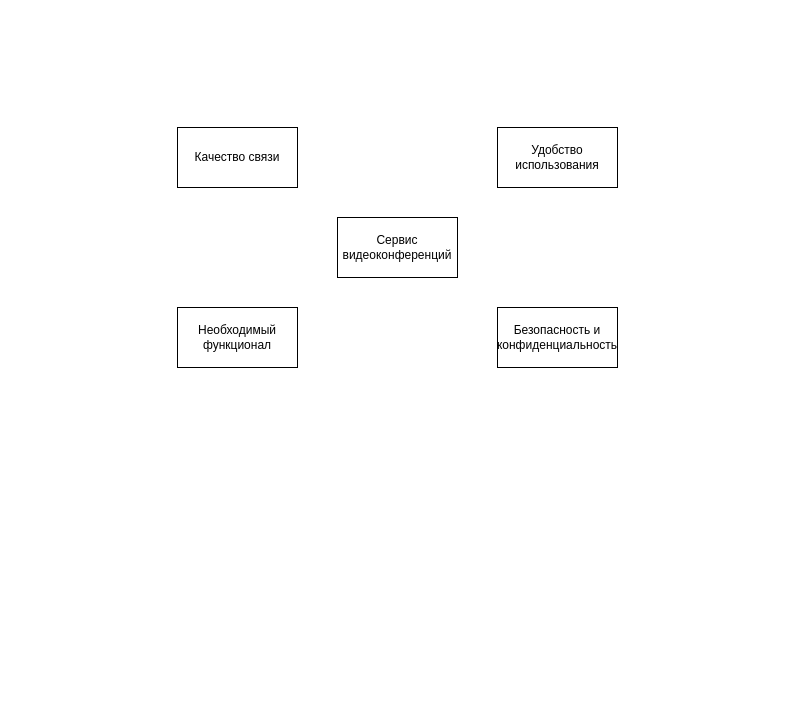
Before: видеоконференции.drawio in Odinzov/Ontology, a draw.io diagram. Source tidied: cells renumbered, new cells numbered last; positions are measured from the earlier drawing's top-left corner, leaving out a move shared by most shapes. Both pictures are drawn from the tidied source at 100%, with x=0, y=0 at pixel (177, 127).
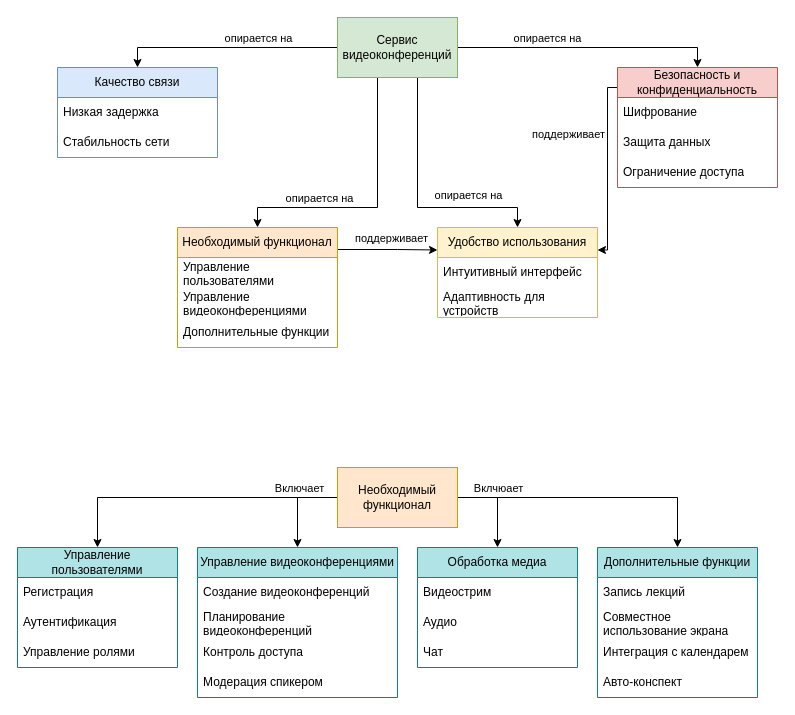
After the change.

Commit message:
Добавил связи и расскрасил.drawio

Change to the diagram source:
```diff
@@
+    <mxCell id="7" style="edgeStyle=orthogonalEdgeStyle;rounded=0;jettySize=auto;html=1;entryX=0.5;entryY=0;entryDx=0;entryDy=0;" parent="1" edge="1" source="2" target="3">
+      <mxGeometry relative="1" as="geometry" />
+    </mxCell>
+    <mxCell id="8" value="&lt;div&gt;опирается на&lt;/div&gt;" style="edgeLabel;html=1;align=center;verticalAlign=middle;" parent="7" vertex="1">
+      <mxGeometry x="-0.26" y="-2" relative="1" as="geometry">
+        <mxPoint x="1" y="-8" as="offset" />
+      </mxGeometry>
+    </mxCell>
+    <mxCell id="9" style="edgeStyle=orthogonalEdgeStyle;rounded=0;jettySize=auto;html=1;exitX=1;exitY=0.5;exitDx=0;exitDy=0;entryX=0.5;entryY=0;entryDx=0;entryDy=0;" parent="1" edge="1" source="2" target="4">
+      <mxGeometry relative="1" as="geometry">
+        <Array as="points">
+          <mxPoint x="240" y="-80" />
+          <mxPoint x="240" y="80" />
+          <mxPoint x="340" y="80" />
+        </Array>
+      </mxGeometry>
+    </mxCell>
+    <mxCell id="10" value="&lt;div&gt;опирается на&lt;/div&gt;" style="edgeLabel;html=1;align=center;verticalAlign=middle;" parent="9" vertex="1">
+      <mxGeometry x="-0.23" relative="1" as="geometry">
+        <mxPoint x="50" y="64" as="offset" />
+      </mxGeometry>
+    </mxCell>
+    <mxCell id="11" style="edgeStyle=orthogonalEdgeStyle;rounded=0;jettySize=auto;html=1;entryX=0.5;entryY=0;entryDx=0;entryDy=0;" parent="1" edge="1" source="2" target="21">
+      <mxGeometry relative="1" as="geometry">
+        <Array as="points">
+          <mxPoint x="200" y="80" />
+          <mxPoint x="80" y="80" />
+        </Array>
+      </mxGeometry>
+    </mxCell>
+    <mxCell id="12" value="&lt;div&gt;опирается на&lt;/div&gt;" style="edgeLabel;html=1;align=center;verticalAlign=middle;" parent="11" vertex="1">
+      <mxGeometry x="0.4" y="-2" relative="1" as="geometry">
+        <mxPoint y="-8" as="offset" />
+      </mxGeometry>
+    </mxCell>
+    <mxCell id="13" style="edgeStyle=orthogonalEdgeStyle;rounded=0;jettySize=auto;html=1;entryX=0.5;entryY=0;entryDx=0;entryDy=0;exitX=1;exitY=0.5;exitDx=0;exitDy=0;" parent="1" edge="1" source="2" target="6">
+      <mxGeometry relative="1" as="geometry">
+        <Array as="points">
+          <mxPoint x="520" y="-80" />
+        </Array>
+      </mxGeometry>
+    </mxCell>
+    <mxCell id="14" value="&lt;div&gt;опирается на&lt;/div&gt;" style="edgeLabel;html=1;align=center;verticalAlign=middle;" parent="13" vertex="1">
+      <mxGeometry x="0.34" y="2" relative="1" as="geometry">
+        <mxPoint x="-85" y="-8" as="offset" />
+      </mxGeometry>
+    </mxCell>
-    <mxCell id="2" value="&lt;div&gt;Сервис видеоконференций&lt;/div&gt;" style="rounded=0;whiteSpace=wrap;html=1;" parent="1" vertex="1">
-      <mxGeometry x="160" y="90" width="120" height="60" as="geometry" />
+    <mxCell id="2" value="&lt;div&gt;Сервис видеоконференций&lt;/div&gt;" style="rounded=0;whiteSpace=wrap;html=1;fillColor=#d5e8d4;strokeColor=#82b366;" parent="1" vertex="1">
+      <mxGeometry x="160" y="-110" width="120" height="60" as="geometry" />
     </mxCell>
-    <mxCell id="3" value="&lt;div&gt;Качество связи&lt;/div&gt;" style="rounded=0;whiteSpace=wrap;html=1;" parent="1" vertex="1">
-      <mxGeometry width="120" height="60" as="geometry" />
+    <mxCell id="3" value="&lt;span&gt;Качество связи&lt;/span&gt;" style="swimlane;fontStyle=0;horizontal=1;startSize=30;whiteSpace=wrap;html=1;fillColor=#dae8fc;strokeColor=#6c8ebf;" parent="1" vertex="1">
+      <mxGeometry x="-120" y="-60" width="160" height="90" as="geometry" />
     </mxCell>
+    <mxCell id="15" value="&lt;div&gt;Низкая задержка&lt;/div&gt;" style="text;strokeColor=none;fillColor=none;align=left;verticalAlign=middle;spacingLeft=4;spacingRight=4;overflow=hidden;whiteSpace=wrap;html=1;" parent="3" vertex="1">
+      <mxGeometry y="30" width="160" height="30" as="geometry" />
+    </mxCell>
+    <mxCell id="16" value="&lt;div&gt;Стабильность сети&lt;/div&gt;" style="text;strokeColor=none;fillColor=none;align=left;verticalAlign=middle;spacingLeft=4;spacingRight=4;overflow=hidden;whiteSpace=wrap;html=1;" parent="3" vertex="1">
+      <mxGeometry y="60" width="160" height="30" as="geometry" />
+    </mxCell>
-    <mxCell id="4" value="&lt;div&gt;Удобство использования&lt;/div&gt;" style="rounded=0;whiteSpace=wrap;html=1;" parent="1" vertex="1">
-      <mxGeometry x="320" width="120" height="60" as="geometry" />
+    <mxCell id="4" value="Удобство использования" style="swimlane;fontStyle=0;horizontal=1;startSize=30;whiteSpace=wrap;html=1;fillColor=#fff2cc;strokeColor=#d6b656;" parent="1" vertex="1">
+      <mxGeometry x="260" y="100" width="160" height="90" as="geometry" />
     </mxCell>
-    <mxCell id="5" value="&lt;div&gt;Необходимый функционал&lt;/div&gt;" style="rounded=0;whiteSpace=wrap;html=1;" parent="1" vertex="1">
-      <mxGeometry y="180" width="120" height="60" as="geometry" />
-    </mxCell>
+    <mxCell id="17" value="&lt;div&gt;Интуитивный интерфейс&lt;/div&gt;" style="text;strokeColor=none;fillColor=none;align=left;verticalAlign=middle;spacingLeft=4;spacingRight=4;overflow=hidden;whiteSpace=wrap;html=1;" parent="4" vertex="1">
+      <mxGeometry y="30" width="160" height="30" as="geometry" />
+    </mxCell>
+    <mxCell id="18" value="&lt;div&gt;Адаптивность для устройств&lt;/div&gt;" style="text;strokeColor=none;fillColor=none;align=left;verticalAlign=middle;spacingLeft=4;spacingRight=4;overflow=hidden;whiteSpace=wrap;html=1;" parent="4" vertex="1">
+      <mxGeometry y="60" width="160" height="30" as="geometry" />
+    </mxCell>
+    <mxCell id="19" style="edgeStyle=orthogonalEdgeStyle;rounded=0;jettySize=auto;html=1;exitX=0;exitY=0.25;exitDx=0;exitDy=0;entryX=0;entryY=0.25;entryDx=0;entryDy=0;" parent="1" edge="1" source="21" target="4">
+      <mxGeometry relative="1" as="geometry">
+        <Array as="points">
+          <mxPoint y="122" />
+          <mxPoint x="220" y="122" />
+        </Array>
+      </mxGeometry>
+    </mxCell>
+    <mxCell id="20" value="&lt;div&gt;поддерживает&lt;/div&gt;" style="edgeLabel;html=1;align=center;verticalAlign=middle;" parent="19" vertex="1">
+      <mxGeometry x="0.63" y="1" relative="1" as="geometry">
+        <mxPoint x="3" y="-11" as="offset" />
+      </mxGeometry>
+    </mxCell>
+    <mxCell id="21" value="Необходимый функционал" style="swimlane;fontStyle=0;horizontal=1;startSize=30;whiteSpace=wrap;html=1;fillColor=#ffe6cc;strokeColor=#d79b00;" parent="1" vertex="1">
+      <mxGeometry y="100" width="160" height="120" as="geometry" />
+    </mxCell>
+    <mxCell id="22" value="&lt;div&gt;Управление пользователями&lt;/div&gt;" style="text;strokeColor=none;fillColor=none;align=left;verticalAlign=middle;spacingLeft=4;spacingRight=4;overflow=hidden;whiteSpace=wrap;html=1;" parent="21" vertex="1">
+      <mxGeometry y="30" width="160" height="30" as="geometry" />
+    </mxCell>
+    <mxCell id="23" value="&lt;div&gt;Управление видеоконференциями&lt;/div&gt;" style="text;strokeColor=none;fillColor=none;align=left;verticalAlign=middle;spacingLeft=4;spacingRight=4;overflow=hidden;whiteSpace=wrap;html=1;" parent="21" vertex="1">
+      <mxGeometry y="60" width="160" height="30" as="geometry" />
+    </mxCell>
+    <mxCell id="24" value="&lt;div&gt;Дополнительные функции&lt;/div&gt;" style="text;strokeColor=none;fillColor=none;align=left;verticalAlign=middle;spacingLeft=4;spacingRight=4;overflow=hidden;whiteSpace=wrap;html=1;" parent="21" vertex="1">
+      <mxGeometry y="90" width="160" height="30" as="geometry" />
+    </mxCell>
+    <mxCell id="25" style="edgeStyle=orthogonalEdgeStyle;rounded=0;jettySize=auto;html=1;exitX=0;exitY=0.25;exitDx=0;exitDy=0;entryX=1;entryY=0.25;entryDx=0;entryDy=0;" parent="1" edge="1" source="6" target="4">
+      <mxGeometry relative="1" as="geometry">
+        <Array as="points">
+          <mxPoint x="440" y="-40" />
+          <mxPoint x="430" y="-40" />
+          <mxPoint x="430" y="122" />
+        </Array>
+      </mxGeometry>
+    </mxCell>
+    <mxCell id="26" value="&lt;div&gt;поддерживает&lt;/div&gt;" style="edgeLabel;html=1;align=center;verticalAlign=middle;" parent="25" vertex="1">
+      <mxGeometry x="0.1" y="1" relative="1" as="geometry">
+        <mxPoint x="-41" y="-40" as="offset" />
+      </mxGeometry>
+    </mxCell>
-    <mxCell id="6" value="&lt;div&gt;Безопасность и конфиденциальность&lt;/div&gt;" style="rounded=0;whiteSpace=wrap;html=1;" parent="1" vertex="1">
-      <mxGeometry x="320" y="180" width="120" height="60" as="geometry" />
+    <mxCell id="6" value="Безопасность и конфиденциальность" style="swimlane;fontStyle=0;horizontal=1;startSize=30;whiteSpace=wrap;html=1;fillColor=#f8cecc;strokeColor=#b85450;" parent="1" vertex="1">
+      <mxGeometry x="440" y="-60" width="160" height="120" as="geometry" />
     </mxCell>
+    <mxCell id="27" value="&lt;div&gt;Шифрование&lt;/div&gt;" style="text;strokeColor=none;fillColor=none;align=left;verticalAlign=middle;spacingLeft=4;spacingRight=4;overflow=hidden;whiteSpace=wrap;html=1;" parent="6" vertex="1">
+      <mxGeometry y="30" width="160" height="30" as="geometry" />
+    </mxCell>
+    <mxCell id="28" value="&lt;div&gt;Защита данных&lt;/div&gt;" style="text;strokeColor=none;fillColor=none;align=left;verticalAlign=middle;spacingLeft=4;spacingRight=4;overflow=hidden;whiteSpace=wrap;html=1;" parent="6" vertex="1">
+      <mxGeometry y="60" width="160" height="30" as="geometry" />
+    </mxCell>
+    <mxCell id="29" value="&lt;div&gt;Ограничение доступа&lt;/div&gt;" style="text;strokeColor=none;fillColor=none;align=left;verticalAlign=middle;spacingLeft=4;spacingRight=4;overflow=hidden;whiteSpace=wrap;html=1;" parent="6" vertex="1">
+      <mxGeometry y="90" width="160" height="30" as="geometry" />
+    </mxCell>
+    <mxCell id="30" style="edgeStyle=orthogonalEdgeStyle;rounded=0;jettySize=auto;html=1;exitX=0;exitY=0.5;exitDx=0;exitDy=0;entryX=0.5;entryY=0;entryDx=0;entryDy=0;" parent="1" edge="1" source="36" target="37">
+      <mxGeometry relative="1" as="geometry" />
+    </mxCell>
+    <mxCell id="31" value="Включает" style="edgeLabel;html=1;align=center;verticalAlign=middle;" parent="30" vertex="1">
+      <mxGeometry x="-0.08" y="-3" relative="1" as="geometry">
+        <mxPoint x="94" y="-7" as="offset" />
+      </mxGeometry>
+    </mxCell>
+    <mxCell id="32" style="edgeStyle=orthogonalEdgeStyle;rounded=0;jettySize=auto;html=1;exitX=0;exitY=0.5;exitDx=0;exitDy=0;entryX=0.5;entryY=0;entryDx=0;entryDy=0;" parent="1" edge="1" source="36" target="41">
+      <mxGeometry relative="1" as="geometry" />
+    </mxCell>
+    <mxCell id="33" style="edgeStyle=orthogonalEdgeStyle;rounded=0;jettySize=auto;html=1;entryX=0.5;entryY=0;entryDx=0;entryDy=0;" parent="1" edge="1" source="36" target="50">
+      <mxGeometry relative="1" as="geometry" />
+    </mxCell>
+    <mxCell id="34" value="Вклчюает" style="edgeLabel;html=1;align=center;verticalAlign=middle;" parent="33" vertex="1">
+      <mxGeometry x="-0.5" y="2" relative="1" as="geometry">
+        <mxPoint x="-28" y="-8" as="offset" />
+      </mxGeometry>
+    </mxCell>
+    <mxCell id="35" style="edgeStyle=orthogonalEdgeStyle;rounded=0;jettySize=auto;html=1;entryX=0.5;entryY=0;entryDx=0;entryDy=0;" parent="1" edge="1" source="36" target="46">
+      <mxGeometry relative="1" as="geometry">
+        <Array as="points">
+          <mxPoint x="320" y="370" />
+        </Array>
+      </mxGeometry>
+    </mxCell>
+    <mxCell id="36" value="Необходимый функционал" style="rounded=0;whiteSpace=wrap;html=1;fillColor=#ffe6cc;strokeColor=#d79b00;" parent="1" vertex="1">
+      <mxGeometry x="160" y="340" width="120" height="60" as="geometry" />
+    </mxCell>
+    <mxCell id="37" value="&lt;span style=&quot;text-align: left;&quot;&gt;Управление пользователями&lt;/span&gt;" style="swimlane;fontStyle=0;horizontal=1;startSize=30;whiteSpace=wrap;html=1;fillColor=#b0e3e6;strokeColor=#0e8088;" parent="1" vertex="1">
+      <mxGeometry x="-160" y="420" width="160" height="120" as="geometry" />
+    </mxCell>
+    <mxCell id="38" value="&lt;div&gt;Регистрация&lt;/div&gt;" style="text;strokeColor=none;fillColor=none;align=left;verticalAlign=middle;spacingLeft=4;spacingRight=4;overflow=hidden;whiteSpace=wrap;html=1;" parent="37" vertex="1">
+      <mxGeometry y="30" width="160" height="30" as="geometry" />
+    </mxCell>
+    <mxCell id="39" value="&lt;div&gt;Аутентификация&lt;/div&gt;" style="text;strokeColor=none;fillColor=none;align=left;verticalAlign=middle;spacingLeft=4;spacingRight=4;overflow=hidden;whiteSpace=wrap;html=1;" parent="37" vertex="1">
+      <mxGeometry y="60" width="160" height="30" as="geometry" />
+    </mxCell>
+    <mxCell id="40" value="&lt;div&gt;Управление ролями&lt;/div&gt;" style="text;strokeColor=none;fillColor=none;align=left;verticalAlign=middle;spacingLeft=4;spacingRight=4;overflow=hidden;whiteSpace=wrap;html=1;" parent="37" vertex="1">
+      <mxGeometry y="90" width="160" height="30" as="geometry" />
+    </mxCell>
+    <mxCell id="41" value="&lt;span style=&quot;text-align: left;&quot;&gt;Управление видеоконференциями&lt;/span&gt;" style="swimlane;fontStyle=0;horizontal=1;startSize=30;whiteSpace=wrap;html=1;fillColor=#b0e3e6;strokeColor=#0e8088;" parent="1" vertex="1">
+      <mxGeometry x="20" y="420" width="200" height="150" as="geometry" />
+    </mxCell>
+    <mxCell id="42" value="&lt;div&gt;Создание видеоконференций&lt;/div&gt;" style="text;strokeColor=none;fillColor=none;align=left;verticalAlign=middle;spacingLeft=4;spacingRight=4;overflow=hidden;whiteSpace=wrap;html=1;" parent="41" vertex="1">
+      <mxGeometry y="30" width="200" height="30" as="geometry" />
+    </mxCell>
+    <mxCell id="43" value="Планирование видеоконференций" style="text;strokeColor=none;fillColor=none;align=left;verticalAlign=middle;spacingLeft=4;spacingRight=4;overflow=hidden;whiteSpace=wrap;html=1;" parent="41" vertex="1">
+      <mxGeometry y="60" width="200" height="30" as="geometry" />
+    </mxCell>
+    <mxCell id="44" value="&lt;div&gt;Контроль доступа&lt;/div&gt;" style="text;strokeColor=none;fillColor=none;align=left;verticalAlign=middle;spacingLeft=4;spacingRight=4;overflow=hidden;whiteSpace=wrap;html=1;" parent="41" vertex="1">
+      <mxGeometry y="90" width="200" height="30" as="geometry" />
+    </mxCell>
+    <mxCell id="45" value="&lt;div&gt;Модерация спикером&amp;nbsp;&lt;/div&gt;" style="text;strokeColor=none;fillColor=none;align=left;verticalAlign=middle;spacingLeft=4;spacingRight=4;overflow=hidden;whiteSpace=wrap;html=1;" parent="41" vertex="1">
+      <mxGeometry y="120" width="200" height="30" as="geometry" />
+    </mxCell>
+    <mxCell id="46" value="&lt;span style=&quot;text-align: left;&quot;&gt;Обработка медиа&lt;/span&gt;" style="swimlane;fontStyle=0;horizontal=1;startSize=30;whiteSpace=wrap;html=1;fillColor=#b0e3e6;strokeColor=#0e8088;" parent="1" vertex="1">
+      <mxGeometry x="240" y="420" width="160" height="120" as="geometry" />
+    </mxCell>
+    <mxCell id="47" value="&lt;div&gt;Видеострим&lt;/div&gt;" style="text;strokeColor=none;fillColor=none;align=left;verticalAlign=middle;spacingLeft=4;spacingRight=4;overflow=hidden;whiteSpace=wrap;html=1;" parent="46" vertex="1">
+      <mxGeometry y="30" width="160" height="30" as="geometry" />
+    </mxCell>
+    <mxCell id="48" value="&lt;div&gt;Аудио&lt;/div&gt;" style="text;strokeColor=none;fillColor=none;align=left;verticalAlign=middle;spacingLeft=4;spacingRight=4;overflow=hidden;whiteSpace=wrap;html=1;" parent="46" vertex="1">
+      <mxGeometry y="60" width="160" height="30" as="geometry" />
+    </mxCell>
+    <mxCell id="49" value="&lt;div&gt;Чат&lt;/div&gt;" style="text;strokeColor=none;fillColor=none;align=left;verticalAlign=middle;spacingLeft=4;spacingRight=4;overflow=hidden;whiteSpace=wrap;html=1;" parent="46" vertex="1">
+      <mxGeometry y="90" width="160" height="30" as="geometry" />
+    </mxCell>
+    <mxCell id="50" value="&lt;span style=&quot;text-align: left;&quot;&gt;Дополнительные функции&lt;/span&gt;" style="swimlane;fontStyle=0;horizontal=1;startSize=30;whiteSpace=wrap;html=1;fillColor=#b0e3e6;strokeColor=#0e8088;" parent="1" vertex="1">
+      <mxGeometry x="420" y="420" width="160" height="150" as="geometry" />
+    </mxCell>
+    <mxCell id="51" value="Запись лекций" style="text;strokeColor=none;fillColor=none;align=left;verticalAlign=middle;spacingLeft=4;spacingRight=4;overflow=hidden;whiteSpace=wrap;html=1;" parent="50" vertex="1">
+      <mxGeometry y="30" width="160" height="30" as="geometry" />
+    </mxCell>
+    <mxCell id="52" value="&lt;div&gt;Совместное использование экрана&lt;/div&gt;" style="text;strokeColor=none;fillColor=none;align=left;verticalAlign=middle;spacingLeft=4;spacingRight=4;overflow=hidden;whiteSpace=wrap;html=1;" parent="50" vertex="1">
+      <mxGeometry y="60" width="160" height="30" as="geometry" />
+    </mxCell>
+    <mxCell id="53" value="&lt;div&gt;Интеграция с календарем&lt;/div&gt;" style="text;strokeColor=none;fillColor=none;align=left;verticalAlign=middle;spacingLeft=4;spacingRight=4;overflow=hidden;whiteSpace=wrap;html=1;" parent="50" vertex="1">
+      <mxGeometry y="90" width="160" height="30" as="geometry" />
+    </mxCell>
+    <mxCell id="54" value="&lt;div&gt;Авто-конспект&lt;/div&gt;" style="text;strokeColor=none;fillColor=none;align=left;verticalAlign=middle;spacingLeft=4;spacingRight=4;overflow=hidden;whiteSpace=wrap;html=1;" parent="50" vertex="1">
+      <mxGeometry y="120" width="160" height="30" as="geometry" />
+    </mxCell>
```
